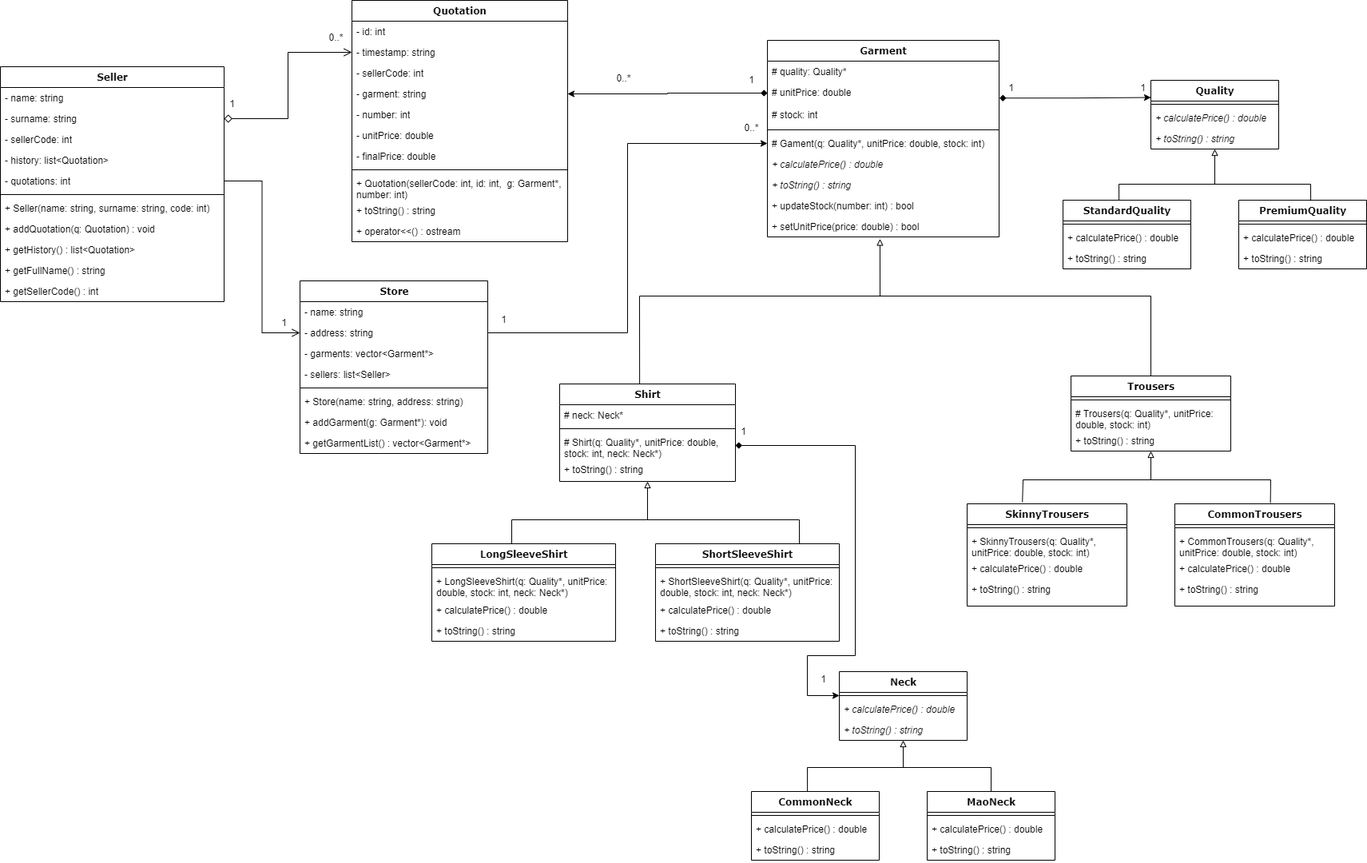
The draw.io diagram Diagrama-UML.png in lukein77/desafio-quark, before a commit. Source tidied: cells renumbered, new cells last; positions are measured from the earlier drawing's top-left corner, leaving out a move shared by most shapes.
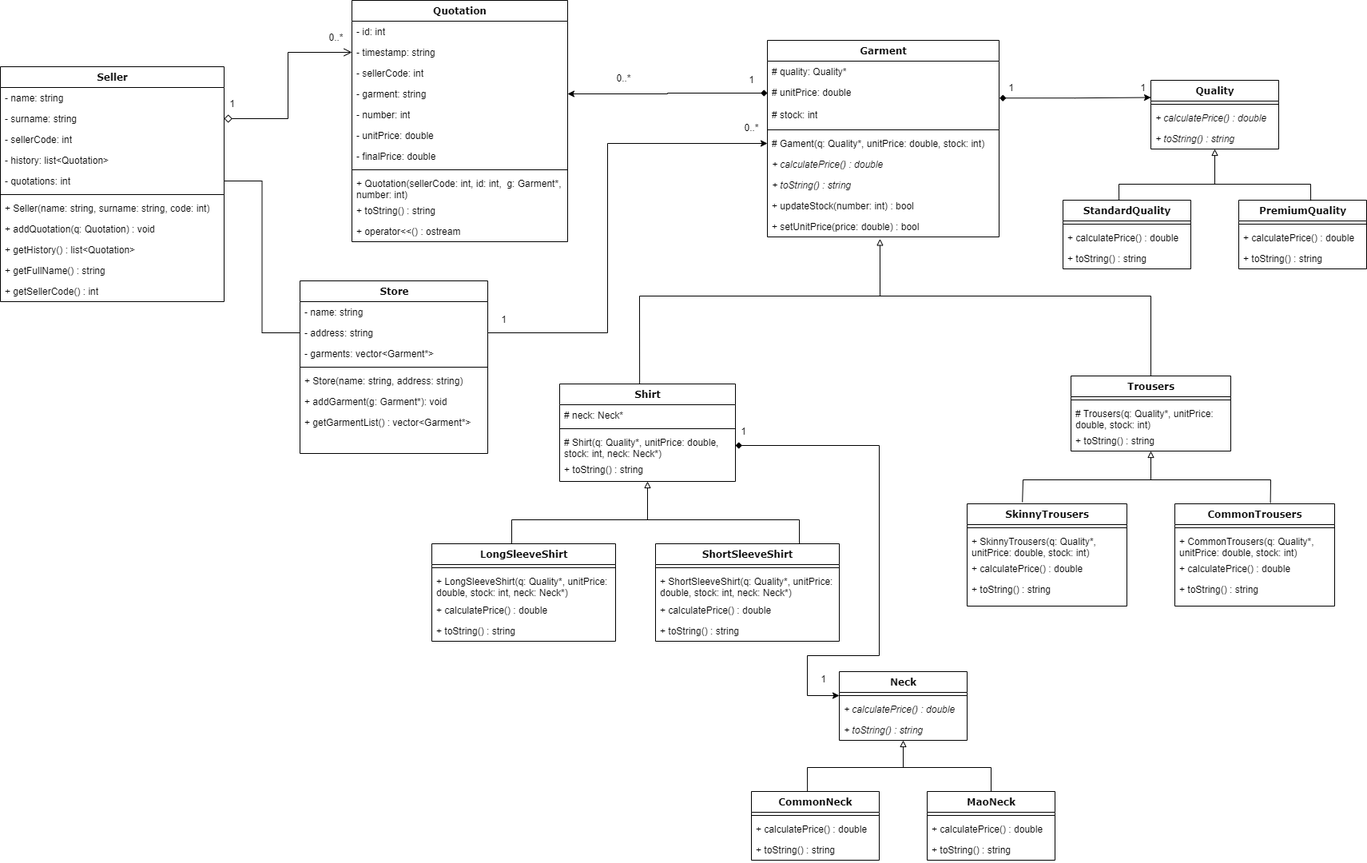
After the commit.

Commit message:
Update UML diagram

The edit, as a diff of the source:
```diff
@@ -86,20 +86,17 @@
     <mxCell id="29" value="- garments: vector&amp;lt;Garment*&amp;gt;" style="text;html=1;strokeColor=none;fillColor=none;align=left;verticalAlign=top;spacingLeft=4;spacingRight=4;whiteSpace=wrap;overflow=hidden;" parent="26" vertex="1">
       <mxGeometry y="78" width="235" height="26" as="geometry" />
     </mxCell>
-    <mxCell id="30" value="- sellers: list&amp;lt;Seller&amp;gt;" style="text;html=1;strokeColor=none;fillColor=none;align=left;verticalAlign=top;spacingLeft=4;spacingRight=4;whiteSpace=wrap;overflow=hidden;" parent="26" vertex="1">
-      <mxGeometry y="104" width="235" height="26" as="geometry" />
-    </mxCell>
     <mxCell id="31" style="line;html=1;strokeWidth=1;fillColor=none;align=left;verticalAlign=middle;spacingTop=-1;spacingLeft=3;spacingRight=3;labelPosition=right;" parent="26" vertex="1">
-      <mxGeometry y="130" width="235" height="8" as="geometry" />
+      <mxGeometry y="104" width="235" height="8" as="geometry" />
     </mxCell>
     <mxCell id="32" value="+ Store(name: string, address: string)" style="text;html=1;strokeColor=none;fillColor=none;align=left;verticalAlign=top;spacingLeft=4;spacingRight=4;whiteSpace=wrap;overflow=hidden;" parent="26" vertex="1">
-      <mxGeometry y="138" width="235" height="26" as="geometry" />
+      <mxGeometry y="112" width="235" height="26" as="geometry" />
     </mxCell>
     <mxCell id="33" value="+ addGarment(g: Garment*): void" style="text;html=1;strokeColor=none;fillColor=none;align=left;verticalAlign=top;spacingLeft=4;spacingRight=4;whiteSpace=wrap;overflow=hidden;" parent="26" vertex="1">
-      <mxGeometry y="164" width="235" height="26" as="geometry" />
+      <mxGeometry y="138" width="235" height="26" as="geometry" />
     </mxCell>
     <mxCell id="34" value="+ getGarmentList() : vector&amp;lt;Garment*&amp;gt;" style="text;html=1;strokeColor=none;fillColor=none;align=left;verticalAlign=top;spacingLeft=4;spacingRight=4;whiteSpace=wrap;overflow=hidden;" parent="26" vertex="1">
-      <mxGeometry y="190" width="235" height="26" as="geometry" />
+      <mxGeometry y="164" width="235" height="26" as="geometry" />
     </mxCell>
     <mxCell id="35" value="Garment" style="swimlane;html=1;fontStyle=1;align=center;verticalAlign=top;horizontal=1;startSize=26;swimlaneFillColor=#ffffff;rounded=0;shadow=0;comic=0;labelBackgroundColor=none;strokeWidth=1;fillColor=none;fontFamily=Verdana;fontSize=12;" parent="1" vertex="1">
       <mxGeometry x="960" y="50" width="290" height="246" as="geometry" />
@@ -210,17 +207,14 @@
     <mxCell id="67" value="0..*" style="text;html=1;align=center;verticalAlign=middle;strokeColor=none;fillColor=none;" parent="1" vertex="1">
       <mxGeometry x="400" y="32" width="40" height="30" as="geometry" />
     </mxCell>
-    <mxCell id="68" style="edgeStyle=orthogonalEdgeStyle;rounded=0;jettySize=auto;html=1;exitX=1;exitY=0.5;exitDx=0;exitDy=0;entryX=0;entryY=0.5;entryDx=0;entryDy=0;strokeWidth=1;startArrow=none;startFill=0;endArrow=open;endFill=0;startSize=8;endSize=8;" parent="1" edge="1" source="7" target="28">
+    <mxCell id="68" style="edgeStyle=orthogonalEdgeStyle;rounded=0;jettySize=auto;html=1;exitX=1;exitY=0.5;exitDx=0;exitDy=0;entryX=0;entryY=0.5;entryDx=0;entryDy=0;strokeWidth=1;startArrow=none;startFill=0;endArrow=none;endFill=0;startSize=8;endSize=8;" parent="1" edge="1" source="7" target="28">
       <mxGeometry relative="1" as="geometry" />
     </mxCell>
-    <mxCell id="69" value="1" style="text;html=1;align=center;verticalAlign=middle;strokeColor=none;fillColor=none;" parent="1" vertex="1">
-      <mxGeometry x="340" y="389" width="30" height="30" as="geometry" />
-    </mxCell>
     <mxCell id="70" style="edgeStyle=orthogonalEdgeStyle;rounded=0;jettySize=auto;html=1;exitX=1;exitY=0.5;exitDx=0;exitDy=0;startArrow=diamond;startFill=1;entryX=0;entryY=0.5;entryDx=0;entryDy=0;entryPerimeter=0;" parent="1" edge="1" source="53" target="62">
       <mxGeometry relative="1" as="geometry">
         <Array as="points">
-          <mxPoint x="1070" y="557" />
-          <mxPoint x="1070" y="820" />
+          <mxPoint x="1100" y="557" />
+          <mxPoint x="1100" y="820" />
           <mxPoint x="1010" y="820" />
           <mxPoint x="1010" y="870" />
         </Array>
@@ -449,7 +443,12 @@
       <mxGeometry x="925" y="85" width="30" height="30" as="geometry" />
     </mxCell>
     <mxCell id="131" style="edgeStyle=orthogonalEdgeStyle;rounded=0;jettySize=auto;html=1;entryX=0;entryY=0.5;entryDx=0;entryDy=0;" parent="1" edge="1" source="28" target="40">
-      <mxGeometry relative="1" as="geometry" />
+      <mxGeometry relative="1" as="geometry">
+        <Array as="points">
+          <mxPoint x="760" y="416" />
+          <mxPoint x="760" y="179" />
+        </Array>
+      </mxGeometry>
     </mxCell>
     <mxCell id="132" value="1" style="text;html=1;align=center;verticalAlign=middle;strokeColor=none;fillColor=none;" parent="1" vertex="1">
       <mxGeometry x="615" y="385" width="30" height="30" as="geometry" />
```
